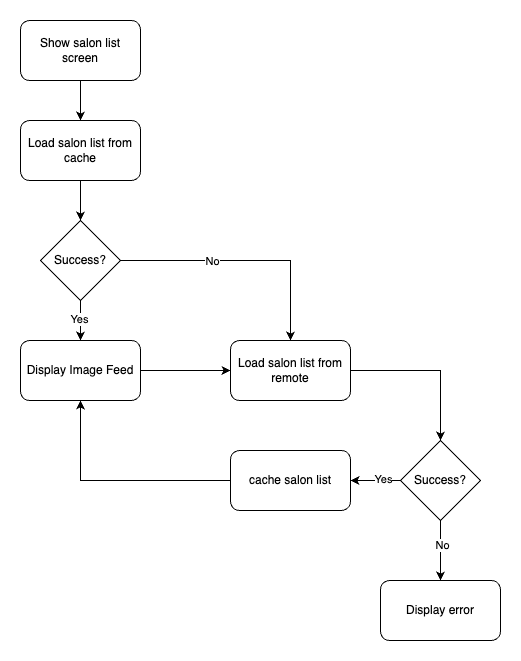
The draw.io diagram salon_flowchart.drawio.png in mushthak/nova-blend-salon-case-study, before a commit. Source tidied: cells renumbered, new cells last; positions are measured from the earlier drawing's top-left corner, leaving out a move shared by most shapes.
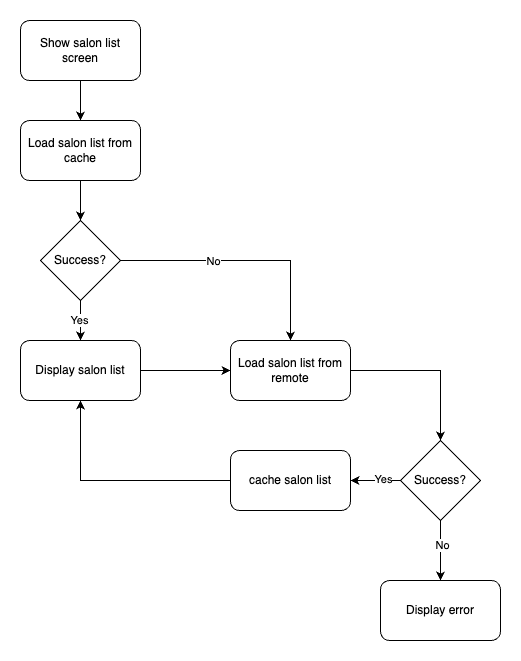
After the commit.

Change to the diagram source:
```diff
@@ -14,27 +14,27 @@
     <mxCell id="5" value="Load salon list from cache" style="rounded=1;whiteSpace=wrap;html=1;" parent="1" vertex="1">
       <mxGeometry y="100" width="120" height="60" as="geometry" />
     </mxCell>
-    <mxCell id="6" style="edgeStyle=orthogonalEdgeStyle;rounded=0;jettySize=auto;html=1;entryX=0.5;entryY=0;entryDx=0;entryDy=0;" parent="1" edge="1" source="10" target="12">
-      <mxGeometry relative="1" as="geometry" />
-    </mxCell>
-    <mxCell id="7" value="Yes" style="edgeLabel;html=1;align=center;verticalAlign=middle;" parent="6" vertex="1">
-      <mxGeometry x="-0.05" y="-2" relative="1" as="geometry" />
-    </mxCell>
+    <mxCell id="23" style="edgeStyle=orthogonalEdgeStyle;rounded=0;jettySize=auto;html=1;entryX=0.5;entryY=0;entryDx=0;entryDy=0;" parent="1" edge="1" source="10" target="27">
+      <mxGeometry relative="1" as="geometry" />
+    </mxCell>
+    <mxCell id="24" value="Yes" style="edgeLabel;html=1;align=center;verticalAlign=middle;" parent="23" vertex="1">
+      <mxGeometry x="-0.05" y="-2" relative="1" as="geometry" />
+    </mxCell>
     <mxCell id="8" style="edgeStyle=orthogonalEdgeStyle;rounded=0;jettySize=auto;html=1;entryX=0.5;entryY=0;entryDx=0;entryDy=0;" parent="1" edge="1" source="10" target="14">
       <mxGeometry relative="1" as="geometry" />
     </mxCell>
-    <mxCell id="9" value="No" style="edgeLabel;html=1;align=center;verticalAlign=middle;" parent="8" vertex="1">
-      <mxGeometry x="-0.27" relative="1" as="geometry" />
-    </mxCell>
+    <mxCell id="25" value="No" style="edgeLabel;html=1;align=center;verticalAlign=middle;" parent="8" vertex="1">
+      <mxGeometry x="-0.27" relative="1" as="geometry" />
+    </mxCell>
     <mxCell id="10" value="Success?" style="rhombus;whiteSpace=wrap;html=1;" parent="1" vertex="1">
       <mxGeometry x="20" y="200" width="80" height="80" as="geometry" />
     </mxCell>
-    <mxCell id="11" style="edgeStyle=orthogonalEdgeStyle;rounded=0;jettySize=auto;html=1;entryX=0;entryY=0.5;entryDx=0;entryDy=0;" parent="1" edge="1" source="12" target="14">
-      <mxGeometry relative="1" as="geometry" />
-    </mxCell>
-    <mxCell id="12" value="Display Image Feed" style="rounded=1;whiteSpace=wrap;html=1;" parent="1" vertex="1">
-      <mxGeometry y="320" width="120" height="60" as="geometry" />
-    </mxCell>
+    <mxCell id="26" style="edgeStyle=orthogonalEdgeStyle;rounded=0;jettySize=auto;html=1;entryX=0;entryY=0.5;entryDx=0;entryDy=0;" parent="1" edge="1" source="27" target="14">
+      <mxGeometry relative="1" as="geometry" />
+    </mxCell>
+    <mxCell id="27" value="Display salon list" style="rounded=1;whiteSpace=wrap;html=1;" parent="1" vertex="1">
+      <mxGeometry y="320" width="120" height="60" as="geometry" />
+    </mxCell>
     <mxCell id="13" style="edgeStyle=orthogonalEdgeStyle;rounded=0;jettySize=auto;html=1;entryX=0.5;entryY=0;entryDx=0;entryDy=0;" parent="1" edge="1" source="14" target="19">
       <mxGeometry relative="1" as="geometry" />
     </mxCell>
@@ -44,24 +44,24 @@
     <mxCell id="15" style="edgeStyle=orthogonalEdgeStyle;rounded=0;jettySize=auto;html=1;entryX=0.5;entryY=0;entryDx=0;entryDy=0;" parent="1" edge="1" source="19" target="20">
       <mxGeometry relative="1" as="geometry" />
     </mxCell>
-    <mxCell id="16" value="No" style="edgeLabel;html=1;align=center;verticalAlign=middle;" parent="15" vertex="1">
-      <mxGeometry x="-0.19" y="1" relative="1" as="geometry" />
-    </mxCell>
+    <mxCell id="28" value="No" style="edgeLabel;html=1;align=center;verticalAlign=middle;" parent="15" vertex="1">
+      <mxGeometry x="-0.19" y="1" relative="1" as="geometry" />
+    </mxCell>
     <mxCell id="17" style="edgeStyle=orthogonalEdgeStyle;rounded=0;jettySize=auto;html=1;entryX=1;entryY=0.5;entryDx=0;entryDy=0;" parent="1" edge="1" source="19" target="22">
       <mxGeometry relative="1" as="geometry" />
     </mxCell>
-    <mxCell id="18" value="Yes" style="edgeLabel;html=1;align=center;verticalAlign=middle;" parent="17" vertex="1">
-      <mxGeometry x="-0.27" y="-2" relative="1" as="geometry" />
-    </mxCell>
+    <mxCell id="29" value="Yes" style="edgeLabel;html=1;align=center;verticalAlign=middle;" parent="17" vertex="1">
+      <mxGeometry x="-0.27" y="-2" relative="1" as="geometry" />
+    </mxCell>
     <mxCell id="19" value="Success?" style="rhombus;whiteSpace=wrap;html=1;" parent="1" vertex="1">
       <mxGeometry x="380" y="420" width="80" height="80" as="geometry" />
     </mxCell>
     <mxCell id="20" value="Display error" style="rounded=1;whiteSpace=wrap;html=1;" parent="1" vertex="1">
       <mxGeometry x="360" y="560" width="120" height="60" as="geometry" />
     </mxCell>
-    <mxCell id="21" style="edgeStyle=orthogonalEdgeStyle;rounded=0;jettySize=auto;html=1;entryX=0.5;entryY=1;entryDx=0;entryDy=0;" parent="1" edge="1" source="22" target="12">
-      <mxGeometry relative="1" as="geometry" />
-    </mxCell>
+    <mxCell id="30" style="edgeStyle=orthogonalEdgeStyle;rounded=0;jettySize=auto;html=1;entryX=0.5;entryY=1;entryDx=0;entryDy=0;" parent="1" edge="1" source="22" target="27">
+      <mxGeometry relative="1" as="geometry" />
+    </mxCell>
     <mxCell id="22" value="cache salon list" style="rounded=1;whiteSpace=wrap;html=1;" parent="1" vertex="1">
       <mxGeometry x="210" y="430" width="120" height="60" as="geometry" />
     </mxCell>
```
